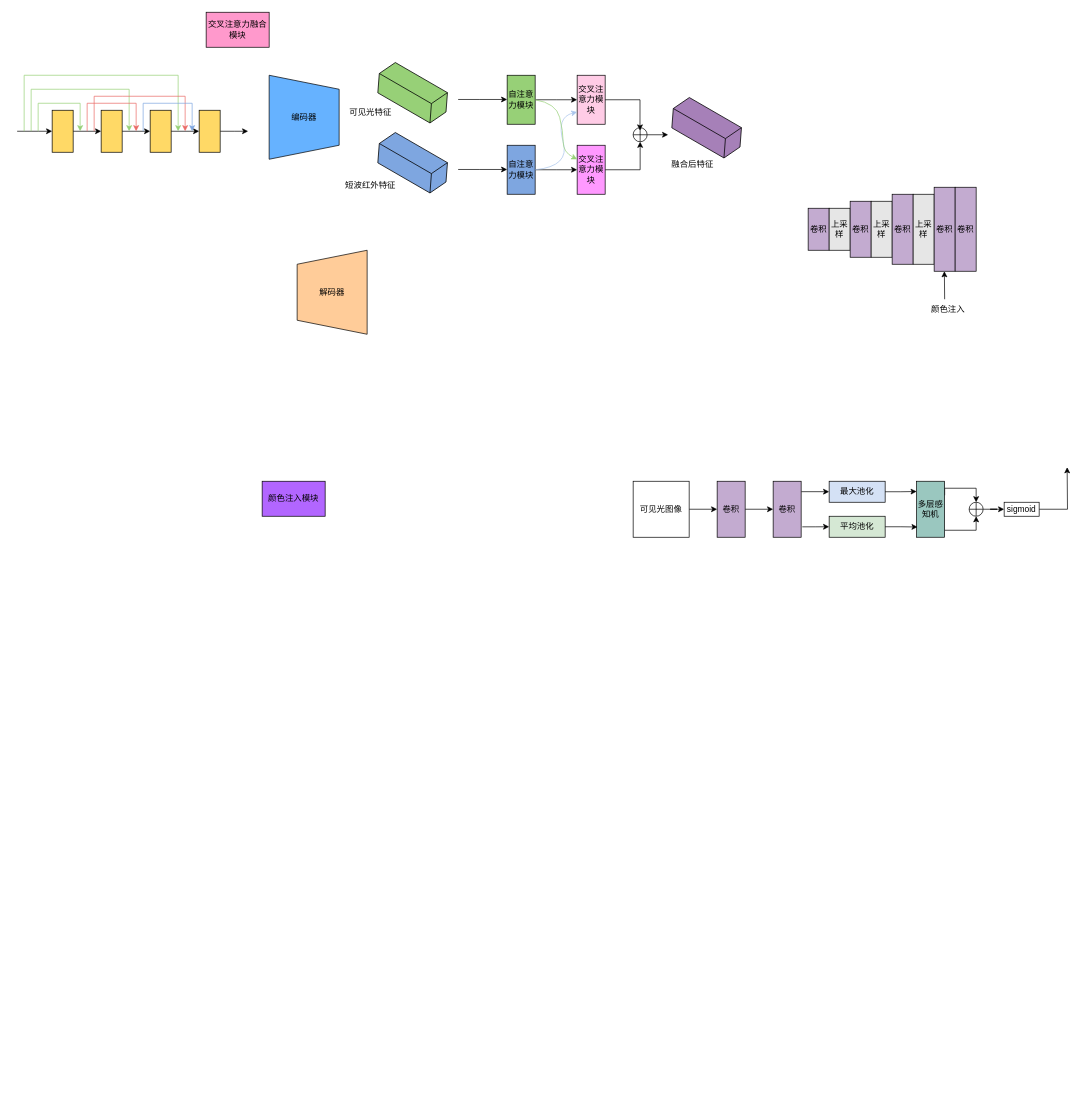
Before: 数据集.drawio in moxuam/-, a draw.io diagram. Source tidied: cells renumbered, new cells numbered last; positions are measured from the earlier drawing's top-left corner, leaving out a move shared by most shapes. Both pictures are drawn from the tidied source at 70%, with x=0, y=0 at pixel (17, 12).
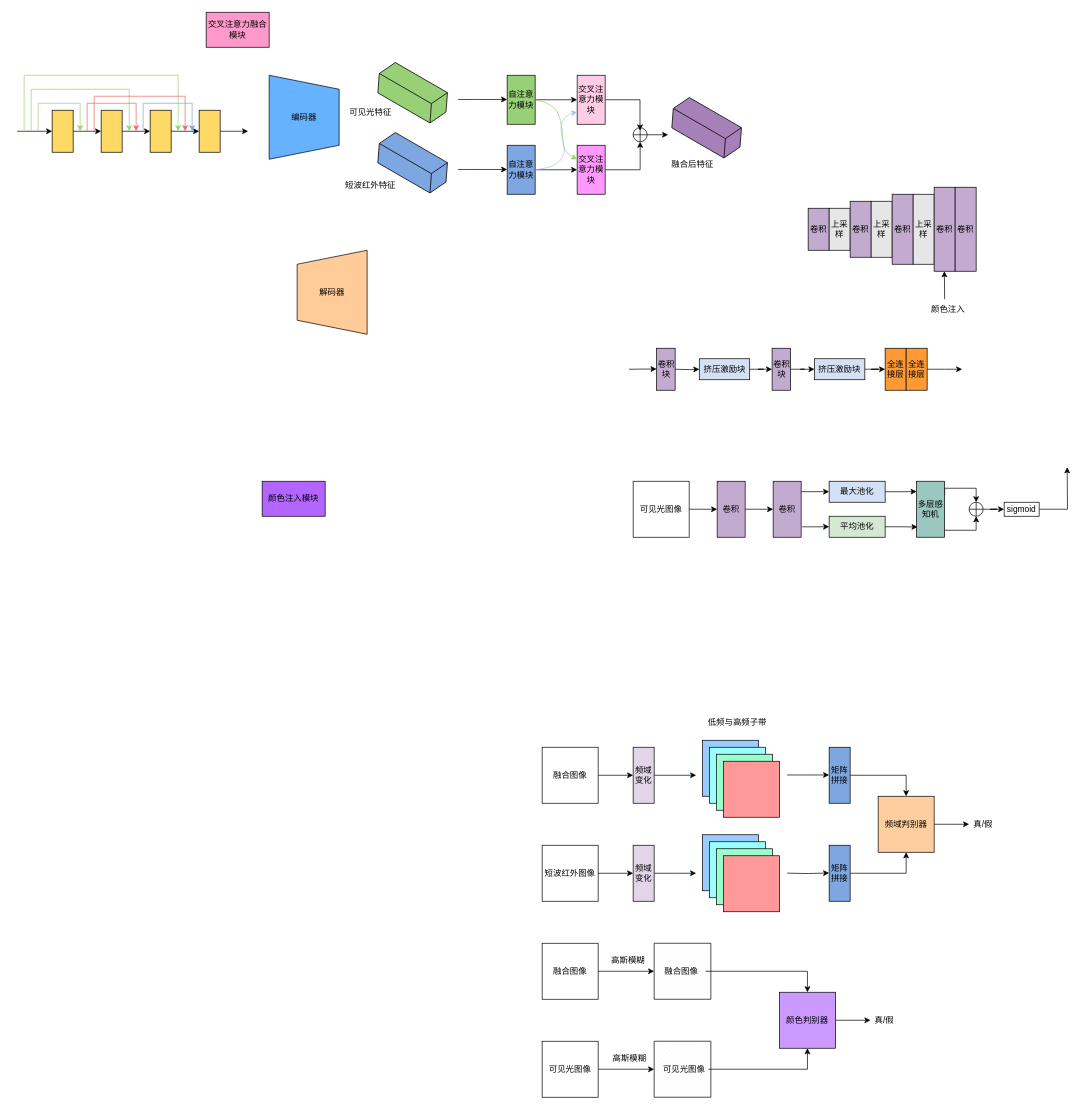
The same diagram, later.

Commit message:
更新数据集.drawio

The edit, as a diff of the source:
```diff
@@
+    <mxCell id="69" style="whiteSpace=wrap;html=1;fillColor=#99CCFF;" parent="1" vertex="1">
+      <mxGeometry x="979" y="1040" width="80" height="80" as="geometry" />
+    </mxCell>
+    <mxCell id="70" style="whiteSpace=wrap;html=1;fillColor=#99FFFF;" parent="1" vertex="1">
+      <mxGeometry x="989" y="1050" width="80" height="80" as="geometry" />
+    </mxCell>
+    <mxCell id="71" style="whiteSpace=wrap;html=1;fillColor=#99FFCC;" parent="1" vertex="1">
+      <mxGeometry x="999" y="1060" width="80" height="80" as="geometry" />
+    </mxCell>
+    <mxCell id="72" style="whiteSpace=wrap;html=1;fillColor=#FF9999;" parent="1" vertex="1">
+      <mxGeometry x="1009" y="1070" width="80" height="80" as="geometry" />
+    </mxCell>
+    <mxCell id="73" style="whiteSpace=wrap;html=1;fillColor=#99CCFF;" parent="1" vertex="1">
+      <mxGeometry x="979" y="1175" width="80" height="80" as="geometry" />
+    </mxCell>
+    <mxCell id="74" style="whiteSpace=wrap;html=1;fillColor=#99FFFF;" parent="1" vertex="1">
+      <mxGeometry x="989" y="1185" width="80" height="80" as="geometry" />
+    </mxCell>
+    <mxCell id="75" style="whiteSpace=wrap;html=1;fillColor=#99FFCC;" parent="1" vertex="1">
+      <mxGeometry x="999" y="1195" width="80" height="80" as="geometry" />
+    </mxCell>
+    <mxCell id="76" style="whiteSpace=wrap;html=1;fillColor=#FF9999;" parent="1" vertex="1">
+      <mxGeometry x="1009" y="1205" width="80" height="80" as="geometry" />
+    </mxCell>
+    <mxCell id="77" style="edgeStyle=orthogonalEdgeStyle;rounded=0;jettySize=auto;html=1;" parent="1" edge="1" source="78" target="80">
+      <mxGeometry relative="1" as="geometry" />
+    </mxCell>
+    <mxCell id="78" value="融合图像" style="whiteSpace=wrap;html=1;" parent="1" vertex="1">
+      <mxGeometry x="750" y="1050" width="80" height="80" as="geometry" />
+    </mxCell>
+    <mxCell id="79" style="edgeStyle=orthogonalEdgeStyle;rounded=0;jettySize=auto;html=1;" parent="1" edge="1" source="80">
+      <mxGeometry relative="1" as="geometry">
+        <mxPoint x="970" y="1090" as="targetPoint" />
+      </mxGeometry>
+    </mxCell>
+    <mxCell id="80" value="频域变化" style="whiteSpace=wrap;html=1;fillColor=#E1D5E7;" parent="1" vertex="1">
+      <mxGeometry x="880" y="1050" width="30" height="80" as="geometry" />
+    </mxCell>
+    <mxCell id="81" style="edgeStyle=orthogonalEdgeStyle;rounded=0;jettySize=auto;html=1;" parent="1" edge="1" source="83" target="84">
+      <mxGeometry relative="1" as="geometry" />
+    </mxCell>
+    <mxCell id="82" style="edgeStyle=orthogonalEdgeStyle;rounded=0;jettySize=auto;html=1;" parent="1" edge="1" source="84">
+      <mxGeometry relative="1" as="geometry">
+        <mxPoint x="970" y="1230" as="targetPoint" />
+      </mxGeometry>
+    </mxCell>
+    <mxCell id="83" value="短波红外图像" style="whiteSpace=wrap;html=1;" parent="1" vertex="1">
+      <mxGeometry x="750" y="1190" width="80" height="80" as="geometry" />
+    </mxCell>
+    <mxCell id="84" value="频域变化" style="whiteSpace=wrap;html=1;fillColor=#E1D5E7;" parent="1" vertex="1">
+      <mxGeometry x="880" y="1190" width="30" height="80" as="geometry" />
+    </mxCell>
+    <mxCell id="85" style="edgeStyle=orthogonalEdgeStyle;rounded=0;orthogonalLoop=1;jettySize=auto;html=1;" parent="1" edge="1">
+      <mxGeometry relative="1" as="geometry">
+        <mxPoint x="1100" y="1089.6" as="sourcePoint" />
+        <mxPoint x="1160" y="1089.6" as="targetPoint" />
+      </mxGeometry>
+    </mxCell>
+    <mxCell id="86" style="edgeStyle=orthogonalEdgeStyle;rounded=0;orthogonalLoop=1;jettySize=auto;html=1;" parent="1" edge="1">
+      <mxGeometry relative="1" as="geometry">
+        <mxPoint x="1100" y="1229.9" as="sourcePoint" />
+        <mxPoint x="1160" y="1229.6" as="targetPoint" />
+      </mxGeometry>
+    </mxCell>
+    <mxCell id="87" style="edgeStyle=orthogonalEdgeStyle;rounded=0;jettySize=auto;html=1;entryX=0.5;entryY=0;entryDx=0;entryDy=0;" parent="1" edge="1" source="88" target="92">
+      <mxGeometry relative="1" as="geometry" />
+    </mxCell>
+    <mxCell id="88" value="矩阵拼接" style="whiteSpace=wrap;html=1;fillColor=#7EA6E0;" parent="1" vertex="1">
+      <mxGeometry x="1160" y="1050" width="30" height="80" as="geometry" />
+    </mxCell>
+    <mxCell id="89" style="edgeStyle=orthogonalEdgeStyle;rounded=0;jettySize=auto;html=1;entryX=0.5;entryY=1;entryDx=0;entryDy=0;" parent="1" edge="1" source="90" target="92">
+      <mxGeometry relative="1" as="geometry" />
+    </mxCell>
+    <mxCell id="90" value="矩阵拼接" style="whiteSpace=wrap;html=1;fillColor=#7EA6E0;" parent="1" vertex="1">
+      <mxGeometry x="1160" y="1190" width="30" height="80" as="geometry" />
+    </mxCell>
+    <mxCell id="91" style="edgeStyle=orthogonalEdgeStyle;rounded=0;jettySize=auto;html=1;" parent="1" edge="1" source="92">
+      <mxGeometry relative="1" as="geometry">
+        <mxPoint x="1360" y="1160" as="targetPoint" />
+      </mxGeometry>
+    </mxCell>
+    <mxCell id="92" value="频域判别器" style="whiteSpace=wrap;html=1;fillColor=#FFCE9F;" parent="1" vertex="1">
+      <mxGeometry x="1230" y="1120" width="80" height="80" as="geometry" />
+    </mxCell>
+    <mxCell id="93" value="低频与高频子带" style="text;html=1;whiteSpace=wrap;strokeColor=none;fillColor=none;align=center;verticalAlign=middle;rounded=0;" parent="1" vertex="1">
+      <mxGeometry x="969" y="1000" width="120" height="30" as="geometry" />
+    </mxCell>
+    <mxCell id="94" style="edgeStyle=orthogonalEdgeStyle;rounded=0;jettySize=auto;html=1;" parent="1" edge="1" source="95">
+      <mxGeometry relative="1" as="geometry">
+        <mxPoint x="910" y="1370" as="targetPoint" />
+      </mxGeometry>
+    </mxCell>
+    <mxCell id="95" value="融合图像" style="whiteSpace=wrap;html=1;" parent="1" vertex="1">
+      <mxGeometry x="750" y="1330" width="80" height="80" as="geometry" />
+    </mxCell>
+    <mxCell id="96" style="edgeStyle=orthogonalEdgeStyle;rounded=0;jettySize=auto;html=1;" parent="1" edge="1" source="97">
+      <mxGeometry relative="1" as="geometry">
+        <mxPoint x="910" y="1510" as="targetPoint" />
+      </mxGeometry>
+    </mxCell>
+    <mxCell id="97" value="可见光图像" style="whiteSpace=wrap;html=1;" parent="1" vertex="1">
+      <mxGeometry x="750" y="1470" width="80" height="80" as="geometry" />
+    </mxCell>
+    <mxCell id="98" value="高斯模糊" style="text;html=1;whiteSpace=wrap;strokeColor=none;fillColor=none;align=center;verticalAlign=middle;rounded=0;" parent="1" vertex="1">
+      <mxGeometry x="838" y="1340" width="70" height="30" as="geometry" />
+    </mxCell>
+    <mxCell id="99" value="高斯模糊" style="text;html=1;whiteSpace=wrap;strokeColor=none;fillColor=none;align=center;verticalAlign=middle;rounded=0;" parent="1" vertex="1">
+      <mxGeometry x="840" y="1480" width="70" height="30" as="geometry" />
+    </mxCell>
+    <mxCell id="100" style="verticalLabelPosition=bottom;verticalAlign=top;html=1;shape=mxgraph.basic.patternFillRect;fillStyle=diag;step=5;fillStrokeWidth=0.2;fillStrokeColor=#dddddd;" parent="1" vertex="1">
+      <mxGeometry x="910" y="1330" width="81" height="80" as="geometry" />
+    </mxCell>
+    <mxCell id="101" style="verticalLabelPosition=bottom;verticalAlign=top;html=1;shape=mxgraph.basic.patternFillRect;fillStyle=diag;step=5;fillStrokeWidth=0.2;fillStrokeColor=#dddddd;" parent="1" vertex="1">
+      <mxGeometry x="910" y="1470" width="81" height="80" as="geometry" />
+    </mxCell>
+    <mxCell id="102" style="edgeStyle=orthogonalEdgeStyle;rounded=0;jettySize=auto;html=1;entryX=0.5;entryY=0;entryDx=0;entryDy=0;" parent="1" edge="1" source="103" target="106">
+      <mxGeometry relative="1" as="geometry" />
+    </mxCell>
+    <mxCell id="103" value="融合图像" style="text;html=1;whiteSpace=wrap;strokeColor=none;fillColor=none;align=center;verticalAlign=middle;rounded=0;" parent="1" vertex="1">
+      <mxGeometry x="913.5" y="1355" width="70" height="30" as="geometry" />
+    </mxCell>
+    <mxCell id="104" style="edgeStyle=orthogonalEdgeStyle;rounded=0;jettySize=auto;html=1;entryX=0.5;entryY=1;entryDx=0;entryDy=0;" parent="1" edge="1" source="105" target="106">
+      <mxGeometry relative="1" as="geometry" />
+    </mxCell>
+    <mxCell id="105" value="可见光图像" style="text;html=1;whiteSpace=wrap;strokeColor=none;fillColor=none;align=center;verticalAlign=middle;rounded=0;" parent="1" vertex="1">
+      <mxGeometry x="917.5" y="1495" width="70" height="30" as="geometry" />
+    </mxCell>
+    <mxCell id="106" value="颜色判别器" style="whiteSpace=wrap;html=1;fillColor=#CC99FF;" parent="1" vertex="1">
+      <mxGeometry x="1089" y="1400" width="80" height="80" as="geometry" />
+    </mxCell>
+    <mxCell id="107" value="卷积块" style="rounded=0;whiteSpace=wrap;html=1;fillColor=#C3ABD0;" parent="1" vertex="1">
+      <mxGeometry x="913.5" y="480" width="26.5" height="60" as="geometry" />
+    </mxCell>
+    <mxCell id="108" style="edgeStyle=orthogonalEdgeStyle;rounded=0;jettySize=auto;html=1;" parent="1" edge="1" source="109" target="113">
+      <mxGeometry relative="1" as="geometry" />
+    </mxCell>
+    <mxCell id="109" value="挤压激励块" style="rounded=0;whiteSpace=wrap;html=1;fillColor=#D4E1F5;" parent="1" vertex="1">
+      <mxGeometry x="974.5" y="495" width="72" height="30" as="geometry" />
+    </mxCell>
+    <mxCell id="110" style="edgeStyle=orthogonalEdgeStyle;rounded=0;jettySize=auto;html=1;" parent="1" edge="1" target="109">
+      <mxGeometry relative="1" as="geometry">
+        <mxPoint x="940" y="510" as="sourcePoint" />
+      </mxGeometry>
+    </mxCell>
+    <mxCell id="111" style="edgeStyle=orthogonalEdgeStyle;rounded=0;orthogonalLoop=1;jettySize=auto;html=1;" parent="1" edge="1">
+      <mxGeometry relative="1" as="geometry">
+        <mxPoint x="874" y="510" as="sourcePoint" />
+        <mxPoint x="913.5" y="509.6" as="targetPoint" />
+        <Array as="points">
+          <mxPoint x="873.5" y="510" />
+          <mxPoint x="873.5" y="510" />
+        </Array>
+      </mxGeometry>
+    </mxCell>
+    <mxCell id="112" style="edgeStyle=orthogonalEdgeStyle;rounded=0;jettySize=auto;html=1;" parent="1" edge="1" source="113" target="115">
+      <mxGeometry relative="1" as="geometry" />
+    </mxCell>
+    <mxCell id="113" value="卷积块" style="rounded=0;whiteSpace=wrap;html=1;fillColor=#C3ABD0;" parent="1" vertex="1">
+      <mxGeometry x="1078.5" y="480" width="26.5" height="60" as="geometry" />
+    </mxCell>
+    <mxCell id="114" style="edgeStyle=orthogonalEdgeStyle;rounded=0;jettySize=auto;html=1;" parent="1" edge="1" source="115" target="116">
+      <mxGeometry relative="1" as="geometry" />
+    </mxCell>
+    <mxCell id="115" value="挤压激励块" style="rounded=0;whiteSpace=wrap;html=1;fillColor=#D4E1F5;" parent="1" vertex="1">
+      <mxGeometry x="1139" y="495" width="72" height="30" as="geometry" />
+    </mxCell>
+    <mxCell id="116" value="全连接层" style="rounded=0;whiteSpace=wrap;html=1;fillColor=#FF9933;" parent="1" vertex="1">
+      <mxGeometry x="1240" y="480" width="30" height="60" as="geometry" />
+    </mxCell>
+    <mxCell id="117" style="edgeStyle=orthogonalEdgeStyle;rounded=0;jettySize=auto;html=1;" parent="1" edge="1" source="118">
+      <mxGeometry relative="1" as="geometry">
+        <mxPoint x="1350" y="510" as="targetPoint" />
+      </mxGeometry>
+    </mxCell>
+    <mxCell id="118" value="全连接层" style="rounded=0;whiteSpace=wrap;html=1;fillColor=#FF9933;" parent="1" vertex="1">
+      <mxGeometry x="1270" y="480" width="30" height="60" as="geometry" />
+    </mxCell>
+    <mxCell id="119" value="真/假" style="text;html=1;whiteSpace=wrap;strokeColor=none;fillColor=none;align=center;verticalAlign=middle;rounded=0;" parent="1" vertex="1">
+      <mxGeometry x="1360" y="1145" width="40" height="30" as="geometry" />
+    </mxCell>
+    <mxCell id="120" style="edgeStyle=orthogonalEdgeStyle;rounded=0;orthogonalLoop=1;jettySize=auto;html=1;" parent="1" edge="1">
+      <mxGeometry relative="1" as="geometry">
+        <mxPoint x="1169" y="1440" as="sourcePoint" />
+        <mxPoint x="1219" y="1440" as="targetPoint" />
+      </mxGeometry>
+    </mxCell>
+    <mxCell id="121" value="真/假" style="text;html=1;whiteSpace=wrap;strokeColor=none;fillColor=none;align=center;verticalAlign=middle;rounded=0;" parent="1" vertex="1">
+      <mxGeometry x="1219" y="1425" width="40" height="30" as="geometry" />
+    </mxCell>
```
